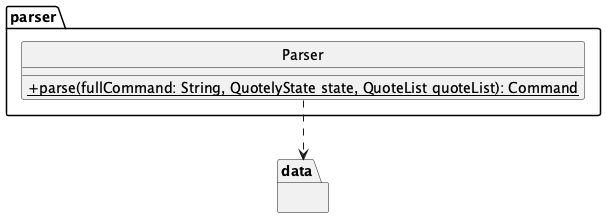
Earlier version of the PlantUML export uml/ParserDiagram.png (Tanjy55/tp).
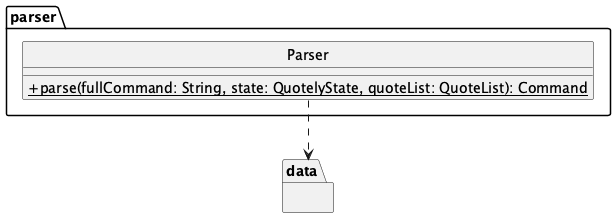
After the commit.

Commit message:
Update ParserDiagram: correct parameter order in parse method for clarity

The edit, as a diff of the source:
```diff
@@ -4,7 +4,7 @@
 
 package parser {
     class Parser {
-        {static} + parse(fullCommand: String, QuotelyState state, QuoteList quoteList): Command
+        {static} + parse(fullCommand: String, state: QuotelyState, quoteList: QuoteList): Command
     }
 }
 
```
